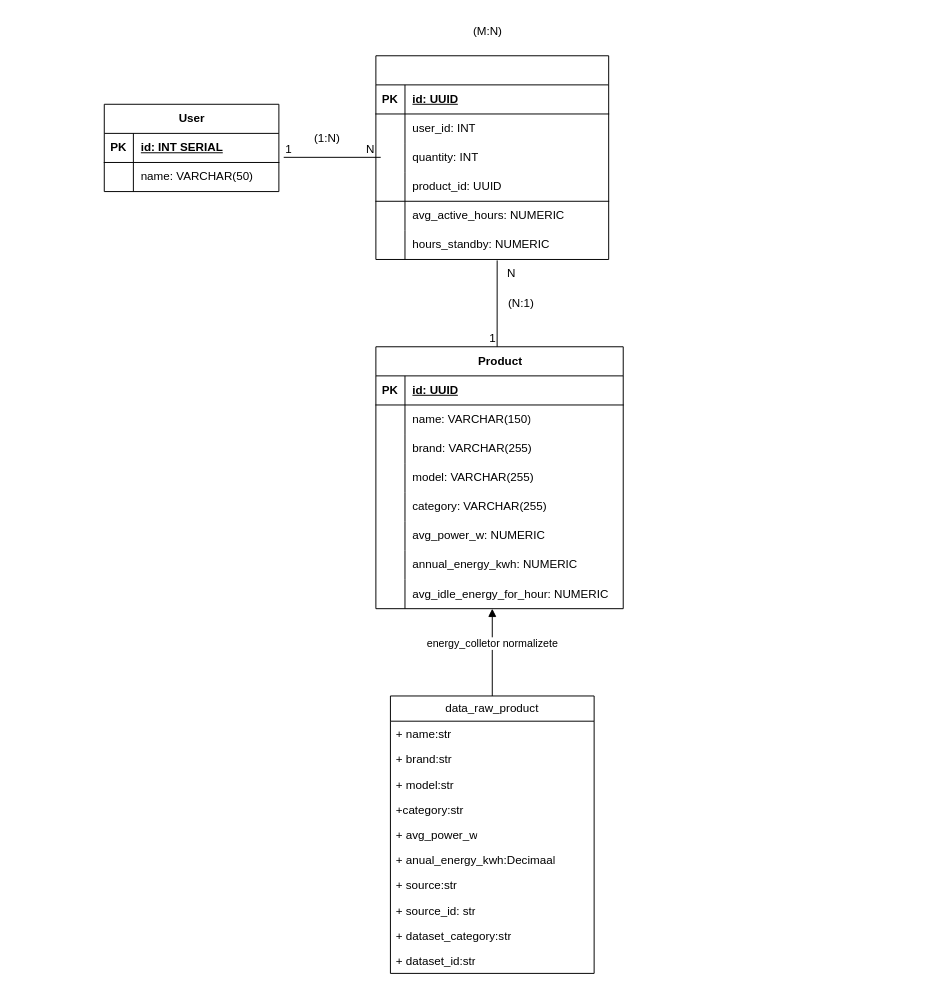
Above: page "Database" (1 of 2) of docs/arquiteture.drawio in QuittoGames/Ampares-InterCanneloMarques (draw.io), before the change. Source tidied: cells renumbered, new cells numbered last; positions are measured from the earlier drawing's top-left corner, leaving out a move shared by most shapes. Both pictures are drawn from the tidied source at 97%, with x=0, y=0 at pixel (104, 16).
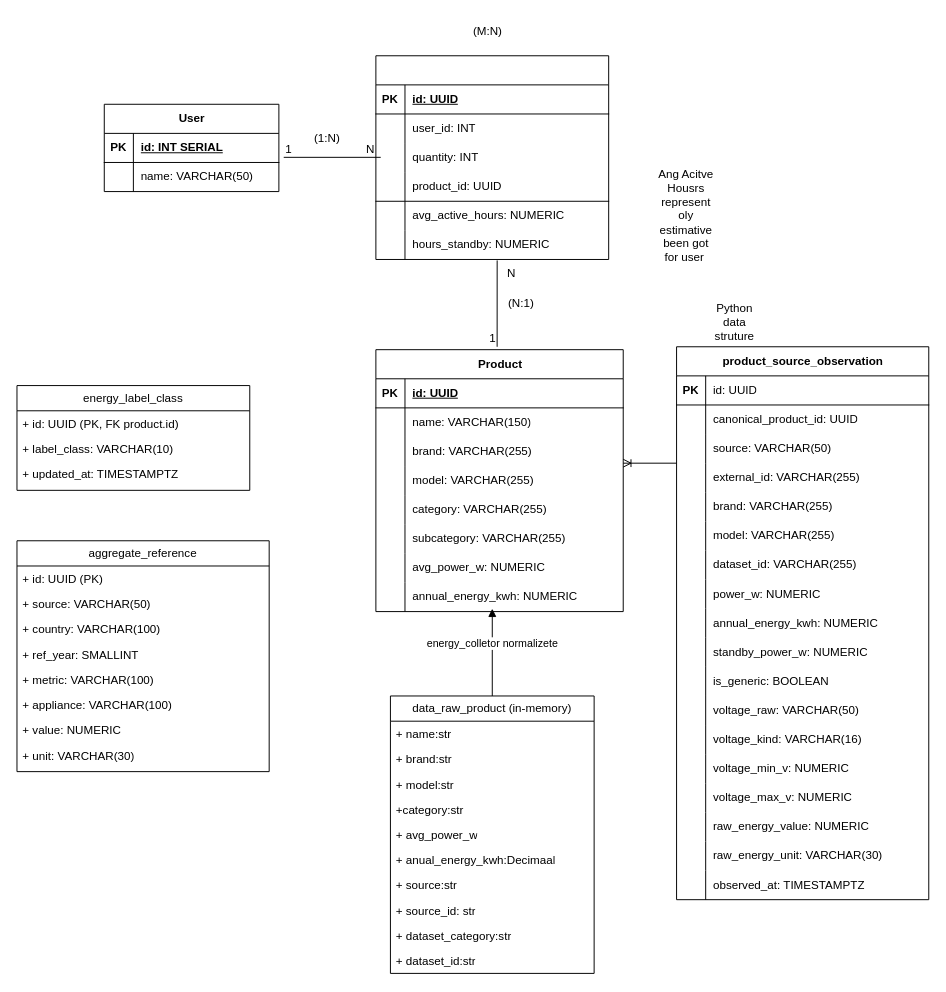
Above is the later version.

The edit, as a diff of the source:
```diff
@@
     <mxCell id="28" value="Product" style="shape=table;startSize=30;childLayout=tableLayout;rowLines=0;fontStyle=1;align=center;html=1;" parent="1" vertex="1">
-      <mxGeometry x="280" y="340" width="255" height="270" as="geometry" />
+      <mxGeometry x="280" y="343" width="255" height="270" as="geometry" />
     </mxCell>
@@
+    <mxCell id="74" style="shape=tableRow;horizontal=0;startSize=0;swimlaneHead=0;swimlaneBody=0;fillColor=none;top=0;left=0;right=0;bottom=0;" parent="28" vertex="1">
+      <mxGeometry y="180" width="255" height="30" as="geometry" />
+    </mxCell>
+    <mxCell id="75" style="shape=partialRectangle;fillColor=none;top=0;left=0;bottom=0;right=0;overflow=hidden;whiteSpace=wrap;html=1;" parent="74" vertex="1">
+      <mxGeometry width="30" height="30" as="geometry" />
+    </mxCell>
+    <mxCell id="76" value="subcategory: VARCHAR(255)" style="shape=partialRectangle;fillColor=none;top=0;left=0;bottom=0;right=0;align=left;spacingLeft=6;overflow=hidden;whiteSpace=wrap;html=1;" parent="74" vertex="1">
+      <mxGeometry x="30" width="225" height="30" as="geometry" />
+    </mxCell>
     <mxCell id="44" style="shape=tableRow;horizontal=0;startSize=0;swimlaneHead=0;swimlaneBody=0;fillColor=none;top=0;left=0;right=0;bottom=0;" parent="28" vertex="1">
-      <mxGeometry y="180" width="255" height="30" as="geometry" />
+      <mxGeometry y="210" width="255" height="30" as="geometry" />
     </mxCell>
@@
     <mxCell id="47" style="shape=tableRow;horizontal=0;startSize=0;swimlaneHead=0;swimlaneBody=0;fillColor=none;top=0;left=0;right=0;bottom=0;" parent="28" vertex="1">
-      <mxGeometry y="210" width="255" height="30" as="geometry" />
+      <mxGeometry y="240" width="255" height="30" as="geometry" />
     </mxCell>
@@
-    <mxCell id="50" style="shape=tableRow;horizontal=0;startSize=0;swimlaneHead=0;swimlaneBody=0;fillColor=none;top=0;left=0;right=0;bottom=0;" parent="28" vertex="1">
-      <mxGeometry y="240" width="255" height="30" as="geometry" />
-    </mxCell>
-    <mxCell id="51" style="shape=partialRectangle;fillColor=none;top=0;left=0;bottom=0;right=0;overflow=hidden;whiteSpace=wrap;html=1;" parent="50" vertex="1">
-      <mxGeometry width="30" height="30" as="geometry" />
-    </mxCell>
-    <mxCell id="52" value="avg_idle_energy_for_hour: NUMERIC" style="shape=partialRectangle;fillColor=none;top=0;left=0;bottom=0;right=0;align=left;spacingLeft=6;overflow=hidden;whiteSpace=wrap;html=1;" parent="50" vertex="1">
-      <mxGeometry x="30" width="225" height="30" as="geometry" />
-    </mxCell>
@@
-    <mxCell id="62" value="data_raw_product" style="swimlane;fontStyle=0;horizontal=1;startSize=26;fillColor=none;whiteSpace=wrap;html=1;" parent="1" vertex="1">
+    <mxCell id="62" value="data_raw_product (in-memory)" style="swimlane;fontStyle=0;horizontal=1;startSize=26;fillColor=none;whiteSpace=wrap;html=1;" parent="1" vertex="1">
       <mxGeometry x="295" y="700" width="210" height="286" as="geometry" />
     </mxCell>
@@
+    <mxCell id="77" value="Ang Acitve Housrs represent oly estimative been got for user&amp;nbsp;" style="text;html=1;whiteSpace=wrap;strokeColor=none;fillColor=none;align=center;verticalAlign=middle;rounded=0;" parent="1" vertex="1">
+      <mxGeometry x="570" y="190" width="60" height="30" as="geometry" />
+    </mxCell>
+    <mxCell id="78" value="product_source_observation" style="shape=table;startSize=30;childLayout=tableLayout;rowLines=0;fontStyle=1;align=center;html=1;" parent="1" vertex="1">
+      <mxGeometry x="590" y="340" width="260" height="570" as="geometry" />
+    </mxCell>
+    <mxCell id="79" style="shape=tableRow;horizontal=0;startSize=0;swimlaneHead=0;swimlaneBody=0;fillColor=none;top=0;left=0;right=0;bottom=1;" parent="78" vertex="1">
+      <mxGeometry y="30" width="260" height="30" as="geometry" />
+    </mxCell>
+    <mxCell id="80" value="PK" style="shape=partialRectangle;fillColor=none;top=0;left=0;bottom=0;right=0;fontStyle=1;overflow=hidden;whiteSpace=wrap;html=1;" parent="79" vertex="1">
+      <mxGeometry width="30" height="30" as="geometry" />
+    </mxCell>
+    <mxCell id="81" value="id: UUID" style="shape=partialRectangle;fillColor=none;top=0;left=0;bottom=0;right=0;align=left;spacingLeft=6;overflow=hidden;whiteSpace=wrap;html=1;" parent="79" vertex="1">
+      <mxGeometry x="30" width="230" height="30" as="geometry" />
+    </mxCell>
+    <mxCell id="82" style="shape=tableRow;horizontal=0;startSize=0;swimlaneHead=0;swimlaneBody=0;fillColor=none;top=0;left=0;right=0;bottom=0;" parent="78" vertex="1">
+      <mxGeometry y="60" width="260" height="30" as="geometry" />
+    </mxCell>
+    <mxCell id="83" style="shape=partialRectangle;fillColor=none;top=0;left=0;bottom=0;right=0;overflow=hidden;whiteSpace=wrap;html=1;" parent="82" vertex="1">
+      <mxGeometry width="30" height="30" as="geometry" />
+    </mxCell>
+    <mxCell id="84" value="canonical_product_id: UUID" style="shape=partialRectangle;fillColor=none;top=0;left=0;bottom=0;right=0;align=left;spacingLeft=6;overflow=hidden;whiteSpace=wrap;html=1;" parent="82" vertex="1">
+      <mxGeometry x="30" width="230" height="30" as="geometry" />
+    </mxCell>
+    <mxCell id="85" style="shape=tableRow;horizontal=0;startSize=0;swimlaneHead=0;swimlaneBody=0;fillColor=none;top=0;left=0;right=0;bottom=0;" parent="78" vertex="1">
+      <mxGeometry y="90" width="260" height="30" as="geometry" />
+    </mxCell>
+    <mxCell id="86" style="shape=partialRectangle;fillColor=none;top=0;left=0;bottom=0;right=0;overflow=hidden;whiteSpace=wrap;html=1;" parent="85" vertex="1">
+      <mxGeometry width="30" height="30" as="geometry" />
+    </mxCell>
+    <mxCell id="87" value="source: VARCHAR(50)" style="shape=partialRectangle;fillColor=none;top=0;left=0;bottom=0;right=0;align=left;spacingLeft=6;overflow=hidden;whiteSpace=wrap;html=1;" parent="85" vertex="1">
+      <mxGeometry x="30" width="230" height="30" as="geometry" />
+    </mxCell>
+    <mxCell id="88" style="shape=tableRow;horizontal=0;startSize=0;swimlaneHead=0;swimlaneBody=0;fillColor=none;top=0;left=0;right=0;bottom=0;" parent="78" vertex="1">
+      <mxGeometry y="120" width="260" height="30" as="geometry" />
+    </mxCell>
+    <mxCell id="89" style="shape=partialRectangle;fillColor=none;top=0;left=0;bottom=0;right=0;overflow=hidden;whiteSpace=wrap;html=1;" parent="88" vertex="1">
+      <mxGeometry width="30" height="30" as="geometry" />
+    </mxCell>
+    <mxCell id="90" value="external_id: VARCHAR(255)" style="shape=partialRectangle;fillColor=none;top=0;left=0;bottom=0;right=0;align=left;spacingLeft=6;overflow=hidden;whiteSpace=wrap;html=1;" parent="88" vertex="1">
+      <mxGeometry x="30" width="230" height="30" as="geometry" />
+    </mxCell>
+    <mxCell id="91" style="shape=tableRow;horizontal=0;startSize=0;swimlaneHead=0;swimlaneBody=0;fillColor=none;top=0;left=0;right=0;bottom=0;" parent="78" vertex="1">
+      <mxGeometry y="150" width="260" height="30" as="geometry" />
+    </mxCell>
+    <mxCell id="92" style="shape=partialRectangle;fillColor=none;top=0;left=0;bottom=0;right=0;overflow=hidden;whiteSpace=wrap;html=1;" parent="91" vertex="1">
+      <mxGeometry width="30" height="30" as="geometry" />
+    </mxCell>
+    <mxCell id="93" value="brand: VARCHAR(255)" style="shape=partialRectangle;fillColor=none;top=0;left=0;bottom=0;right=0;align=left;spacingLeft=6;overflow=hidden;whiteSpace=wrap;html=1;" parent="91" vertex="1">
+      <mxGeometry x="30" width="230" height="30" as="geometry" />
+    </mxCell>
+    <mxCell id="94" style="shape=tableRow;horizontal=0;startSize=0;swimlaneHead=0;swimlaneBody=0;fillColor=none;top=0;left=0;right=0;bottom=0;" parent="78" vertex="1">
+      <mxGeometry y="180" width="260" height="30" as="geometry" />
+    </mxCell>
+    <mxCell id="95" style="shape=partialRectangle;fillColor=none;top=0;left=0;bottom=0;right=0;overflow=hidden;whiteSpace=wrap;html=1;" parent="94" vertex="1">
+      <mxGeometry width="30" height="30" as="geometry" />
+    </mxCell>
+    <mxCell id="96" value="model: VARCHAR(255)" style="shape=partialRectangle;fillColor=none;top=0;left=0;bottom=0;right=0;align=left;spacingLeft=6;overflow=hidden;whiteSpace=wrap;html=1;" parent="94" vertex="1">
+      <mxGeometry x="30" width="230" height="30" as="geometry" />
+    </mxCell>
+    <mxCell id="97" style="shape=tableRow;horizontal=0;startSize=0;swimlaneHead=0;swimlaneBody=0;fillColor=none;top=0;left=0;right=0;bottom=0;" parent="78" vertex="1">
+      <mxGeometry y="210" width="260" height="30" as="geometry" />
+    </mxCell>
+    <mxCell id="98" style="shape=partialRectangle;fillColor=none;top=0;left=0;bottom=0;right=0;overflow=hidden;whiteSpace=wrap;html=1;" parent="97" vertex="1">
+      <mxGeometry width="30" height="30" as="geometry" />
+    </mxCell>
+    <mxCell id="99" value="dataset_id: VARCHAR(255)" style="shape=partialRectangle;fillColor=none;top=0;left=0;bottom=0;right=0;align=left;spacingLeft=6;overflow=hidden;whiteSpace=wrap;html=1;" parent="97" vertex="1">
+      <mxGeometry x="30" width="230" height="30" as="geometry" />
+    </mxCell>
+    <mxCell id="100" style="shape=tableRow;horizontal=0;startSize=0;swimlaneHead=0;swimlaneBody=0;fillColor=none;top=0;left=0;right=0;bottom=0;" parent="78" vertex="1">
+      <mxGeometry y="240" width="260" height="30" as="geometry" />
+    </mxCell>
+    <mxCell id="101" style="shape=partialRectangle;fillColor=none;top=0;left=0;bottom=0;right=0;overflow=hidden;whiteSpace=wrap;html=1;" parent="100" vertex="1">
+      <mxGeometry width="30" height="30" as="geometry" />
+    </mxCell>
+    <mxCell id="102" value="power_w: NUMERIC" style="shape=partialRectangle;fillColor=none;top=0;left=0;bottom=0;right=0;align=left;spacingLeft=6;overflow=hidden;whiteSpace=wrap;html=1;" parent="100" vertex="1">
+      <mxGeometry x="30" width="230" height="30" as="geometry" />
+    </mxCell>
+    <mxCell id="103" style="shape=tableRow;horizontal=0;startSize=0;swimlaneHead=0;swimlaneBody=0;fillColor=none;top=0;left=0;right=0;bottom=0;" parent="78" vertex="1">
+      <mxGeometry y="270" width="260" height="30" as="geometry" />
+    </mxCell>
+    <mxCell id="104" style="shape=partialRectangle;fillColor=none;top=0;left=0;bottom=0;right=0;overflow=hidden;whiteSpace=wrap;html=1;" parent="103" vertex="1">
+      <mxGeometry width="30" height="30" as="geometry" />
+    </mxCell>
+    <mxCell id="105" value="annual_energy_kwh: NUMERIC" style="shape=partialRectangle;fillColor=none;top=0;left=0;bottom=0;right=0;align=left;spacingLeft=6;overflow=hidden;whiteSpace=wrap;html=1;" parent="103" vertex="1">
+      <mxGeometry x="30" width="230" height="30" as="geometry" />
+    </mxCell>
+    <mxCell id="106" style="shape=tableRow;horizontal=0;startSize=0;swimlaneHead=0;swimlaneBody=0;fillColor=none;top=0;left=0;right=0;bottom=0;" parent="78" vertex="1">
+      <mxGeometry y="300" width="260" height="30" as="geometry" />
+    </mxCell>
+    <mxCell id="107" style="shape=partialRectangle;fillColor=none;top=0;left=0;bottom=0;right=0;overflow=hidden;whiteSpace=wrap;html=1;" parent="106" vertex="1">
+      <mxGeometry width="30" height="30" as="geometry" />
+    </mxCell>
+    <mxCell id="108" value="standby_power_w: NUMERIC" style="shape=partialRectangle;fillColor=none;top=0;left=0;bottom=0;right=0;align=left;spacingLeft=6;overflow=hidden;whiteSpace=wrap;html=1;" parent="106" vertex="1">
+      <mxGeometry x="30" width="230" height="30" as="geometry" />
+    </mxCell>
+    <mxCell id="109" style="shape=tableRow;horizontal=0;startSize=0;swimlaneHead=0;swimlaneBody=0;fillColor=none;top=0;left=0;right=0;bottom=0;" parent="78" vertex="1">
+      <mxGeometry y="330" width="260" height="30" as="geometry" />
+    </mxCell>
+    <mxCell id="110" style="shape=partialRectangle;fillColor=none;top=0;left=0;bottom=0;right=0;overflow=hidden;whiteSpace=wrap;html=1;" parent="109" vertex="1">
+      <mxGeometry width="30" height="30" as="geometry" />
+    </mxCell>
+    <mxCell id="111" value="is_generic: BOOLEAN" style="shape=partialRectangle;fillColor=none;top=0;left=0;bottom=0;right=0;align=left;spacingLeft=6;overflow=hidden;whiteSpace=wrap;html=1;" parent="109" vertex="1">
+      <mxGeometry x="30" width="230" height="30" as="geometry" />
+    </mxCell>
+    <mxCell id="112" style="shape=tableRow;horizontal=0;startSize=0;swimlaneHead=0;swimlaneBody=0;fillColor=none;top=0;left=0;right=0;bottom=0;" parent="78" vertex="1">
+      <mxGeometry y="360" width="260" height="30" as="geometry" />
+    </mxCell>
+    <mxCell id="113" style="shape=partialRectangle;fillColor=none;top=0;left=0;bottom=0;right=0;overflow=hidden;whiteSpace=wrap;html=1;" parent="112" vertex="1">
+      <mxGeometry width="30" height="30" as="geometry" />
+    </mxCell>
+    <mxCell id="114" value="voltage_raw: VARCHAR(50)" style="shape=partialRectangle;fillColor=none;top=0;left=0;bottom=0;right=0;align=left;spacingLeft=6;overflow=hidden;whiteSpace=wrap;html=1;" parent="112" vertex="1">
+      <mxGeometry x="30" width="230" height="30" as="geometry" />
+    </mxCell>
+    <mxCell id="115" style="shape=tableRow;horizontal=0;startSize=0;swimlaneHead=0;swimlaneBody=0;fillColor=none;top=0;left=0;right=0;bottom=0;" parent="78" vertex="1">
+      <mxGeometry y="390" width="260" height="30" as="geometry" />
+    </mxCell>
+    <mxCell id="116" style="shape=partialRectangle;fillColor=none;top=0;left=0;bottom=0;right=0;overflow=hidden;whiteSpace=wrap;html=1;" parent="115" vertex="1">
+      <mxGeometry width="30" height="30" as="geometry" />
+    </mxCell>
+    <mxCell id="117" value="voltage_kind: VARCHAR(16)" style="shape=partialRectangle;fillColor=none;top=0;left=0;bottom=0;right=0;align=left;spacingLeft=6;overflow=hidden;whiteSpace=wrap;html=1;" parent="115" vertex="1">
+      <mxGeometry x="30" width="230" height="30" as="geometry" />
+    </mxCell>
+    <mxCell id="118" style="shape=tableRow;horizontal=0;startSize=0;swimlaneHead=0;swimlaneBody=0;fillColor=none;top=0;left=0;right=0;bottom=0;" parent="78" vertex="1">
+      <mxGeometry y="420" width="260" height="30" as="geometry" />
+    </mxCell>
+    <mxCell id="119" style="shape=partialRectangle;fillColor=none;top=0;left=0;bottom=0;right=0;overflow=hidden;whiteSpace=wrap;html=1;" parent="118" vertex="1">
+      <mxGeometry width="30" height="30" as="geometry" />
+    </mxCell>
+    <mxCell id="120" value="voltage_min_v: NUMERIC" style="shape=partialRectangle;fillColor=none;top=0;left=0;bottom=0;right=0;align=left;spacingLeft=6;overflow=hidden;whiteSpace=wrap;html=1;" parent="118" vertex="1">
+      <mxGeometry x="30" width="230" height="30" as="geometry" />
+    </mxCell>
+    <mxCell id="121" style="shape=tableRow;horizontal=0;startSize=0;swimlaneHead=0;swimlaneBody=0;fillColor=none;top=0;left=0;right=0;bottom=0;" parent="78" vertex="1">
+      <mxGeometry y="450" width="260" height="30" as="geometry" />
+    </mxCell>
+    <mxCell id="122" style="shape=partialRectangle;fillColor=none;top=0;left=0;bottom=0;right=0;overflow=hidden;whiteSpace=wrap;html=1;" parent="121" vertex="1">
+      <mxGeometry width="30" height="30" as="geometry" />
+    </mxCell>
+    <mxCell id="123" value="voltage_max_v: NUMERIC" style="shape=partialRectangle;fillColor=none;top=0;left=0;bottom=0;right=0;align=left;spacingLeft=6;overflow=hidden;whiteSpace=wrap;html=1;" parent="121" vertex="1">
+      <mxGeometry x="30" width="230" height="30" as="geometry" />
+    </mxCell>
+    <mxCell id="124" style="shape=tableRow;horizontal=0;startSize=0;swimlaneHead=0;swimlaneBody=0;fillColor=none;top=0;left=0;right=0;bottom=0;" parent="78" vertex="1">
+      <mxGeometry y="480" width="260" height="30" as="geometry" />
+    </mxCell>
+    <mxCell id="125" style="shape=partialRectangle;fillColor=none;top=0;left=0;bottom=0;right=0;overflow=hidden;whiteSpace=wrap;html=1;" parent="124" vertex="1">
+      <mxGeometry width="30" height="30" as="geometry" />
+    </mxCell>
+    <mxCell id="126" value="raw_energy_value: NUMERIC" style="shape=partialRectangle;fillColor=none;top=0;left=0;bottom=0;right=0;align=left;spacingLeft=6;overflow=hidden;whiteSpace=wrap;html=1;" parent="124" vertex="1">
+      <mxGeometry x="30" width="230" height="30" as="geometry" />
+    </mxCell>
+    <mxCell id="127" style="shape=tableRow;horizontal=0;startSize=0;swimlaneHead=0;swimlaneBody=0;fillColor=none;top=0;left=0;right=0;bottom=0;" parent="78" vertex="1">
+      <mxGeometry y="510" width="260" height="30" as="geometry" />
+    </mxCell>
+    <mxCell id="128" style="shape=partialRectangle;fillColor=none;top=0;left=0;bottom=0;right=0;overflow=hidden;whiteSpace=wrap;html=1;" parent="127" vertex="1">
+      <mxGeometry width="30" height="30" as="geometry" />
+    </mxCell>
+    <mxCell id="129" value="raw_energy_unit: VARCHAR(30)" style="shape=partialRectangle;fillColor=none;top=0;left=0;bottom=0;right=0;align=left;spacingLeft=6;overflow=hidden;whiteSpace=wrap;html=1;" parent="127" vertex="1">
+      <mxGeometry x="30" width="230" height="30" as="geometry" />
+    </mxCell>
+    <mxCell id="130" style="shape=tableRow;horizontal=0;startSize=0;swimlaneHead=0;swimlaneBody=0;fillColor=none;top=0;left=0;right=0;bottom=0;" parent="78" vertex="1">
+      <mxGeometry y="540" width="260" height="30" as="geometry" />
+    </mxCell>
+    <mxCell id="131" style="shape=partialRectangle;fillColor=none;top=0;left=0;bottom=0;right=0;overflow=hidden;whiteSpace=wrap;html=1;" parent="130" vertex="1">
+      <mxGeometry width="30" height="30" as="geometry" />
+    </mxCell>
+    <mxCell id="132" value="observed_at: TIMESTAMPTZ" style="shape=partialRectangle;fillColor=none;top=0;left=0;bottom=0;right=0;align=left;spacingLeft=6;overflow=hidden;whiteSpace=wrap;html=1;" parent="130" vertex="1">
+      <mxGeometry x="30" width="230" height="30" as="geometry" />
+    </mxCell>
+    <mxCell id="133" value="energy_label_class" style="swimlane;fontStyle=0;horizontal=1;startSize=26;fillColor=none;whiteSpace=wrap;html=1;" parent="1" vertex="1">
+      <mxGeometry x="-90" y="380" width="240" height="108" as="geometry" />
+    </mxCell>
+    <mxCell id="134" value="+ id: UUID (PK, FK product.id)" style="text;strokeColor=none;fillColor=none;align=left;verticalAlign=top;spacingLeft=4;spacingRight=4;overflow=hidden;whiteSpace=wrap;html=1;" parent="133" vertex="1">
+      <mxGeometry y="26" width="240" height="26" as="geometry" />
+    </mxCell>
+    <mxCell id="135" value="+ label_class: VARCHAR(10)" style="text;strokeColor=none;fillColor=none;align=left;verticalAlign=top;spacingLeft=4;spacingRight=4;overflow=hidden;whiteSpace=wrap;html=1;" parent="133" vertex="1">
+      <mxGeometry y="52" width="240" height="26" as="geometry" />
+    </mxCell>
+    <mxCell id="136" value="+ updated_at: TIMESTAMPTZ" style="text;strokeColor=none;fillColor=none;align=left;verticalAlign=top;spacingLeft=4;spacingRight=4;overflow=hidden;whiteSpace=wrap;html=1;" parent="133" vertex="1">
+      <mxGeometry y="78" width="240" height="26" as="geometry" />
+    </mxCell>
+    <mxCell id="137" value="aggregate_reference" style="swimlane;fontStyle=0;horizontal=1;startSize=26;fillColor=none;whiteSpace=wrap;html=1;" parent="1" vertex="1">
+      <mxGeometry x="-90" y="540" width="260" height="238" as="geometry" />
+    </mxCell>
+    <mxCell id="138" value="+ id: UUID (PK)" style="text;strokeColor=none;fillColor=none;align=left;verticalAlign=top;spacingLeft=4;spacingRight=4;overflow=hidden;whiteSpace=wrap;html=1;" parent="137" vertex="1">
+      <mxGeometry y="26" width="260" height="26" as="geometry" />
+    </mxCell>
+    <mxCell id="139" value="+ source: VARCHAR(50)" style="text;strokeColor=none;fillColor=none;align=left;verticalAlign=top;spacingLeft=4;spacingRight=4;overflow=hidden;whiteSpace=wrap;html=1;" parent="137" vertex="1">
+      <mxGeometry y="52" width="260" height="26" as="geometry" />
+    </mxCell>
+    <mxCell id="140" value="+ country: VARCHAR(100)" style="text;strokeColor=none;fillColor=none;align=left;verticalAlign=top;spacingLeft=4;spacingRight=4;overflow=hidden;whiteSpace=wrap;html=1;" parent="137" vertex="1">
+      <mxGeometry y="78" width="260" height="26" as="geometry" />
+    </mxCell>
+    <mxCell id="141" value="+ ref_year: SMALLINT" style="text;strokeColor=none;fillColor=none;align=left;verticalAlign=top;spacingLeft=4;spacingRight=4;overflow=hidden;whiteSpace=wrap;html=1;" parent="137" vertex="1">
+      <mxGeometry y="104" width="260" height="26" as="geometry" />
+    </mxCell>
+    <mxCell id="142" value="+ metric: VARCHAR(100)" style="text;strokeColor=none;fillColor=none;align=left;verticalAlign=top;spacingLeft=4;spacingRight=4;overflow=hidden;whiteSpace=wrap;html=1;" parent="137" vertex="1">
+      <mxGeometry y="130" width="260" height="26" as="geometry" />
+    </mxCell>
+    <mxCell id="143" value="+ appliance: VARCHAR(100)" style="text;strokeColor=none;fillColor=none;align=left;verticalAlign=top;spacingLeft=4;spacingRight=4;overflow=hidden;whiteSpace=wrap;html=1;" parent="137" vertex="1">
+      <mxGeometry y="156" width="260" height="26" as="geometry" />
+    </mxCell>
+    <mxCell id="144" value="+ value: NUMERIC" style="text;strokeColor=none;fillColor=none;align=left;verticalAlign=top;spacingLeft=4;spacingRight=4;overflow=hidden;whiteSpace=wrap;html=1;" parent="137" vertex="1">
+      <mxGeometry y="182" width="260" height="26" as="geometry" />
+    </mxCell>
+    <mxCell id="145" value="+ unit: VARCHAR(30)" style="text;strokeColor=none;fillColor=none;align=left;verticalAlign=top;spacingLeft=4;spacingRight=4;overflow=hidden;whiteSpace=wrap;html=1;" parent="137" vertex="1">
+      <mxGeometry y="208" width="260" height="26" as="geometry" />
+    </mxCell>
+    <mxCell id="146" style="endArrow=ERoneToMany;html=1;rounded=0;" parent="1" edge="1">
+      <mxGeometry relative="1" as="geometry">
+        <mxPoint x="590" y="460" as="sourcePoint" />
+        <mxPoint x="535" y="460" as="targetPoint" />
+      </mxGeometry>
+    </mxCell>
+    <mxCell id="147" value="Python data struture" style="text;html=1;whiteSpace=wrap;strokeColor=none;fillColor=none;align=center;verticalAlign=middle;rounded=0;" parent="1" vertex="1">
+      <mxGeometry x="620" y="300" width="60" height="30" as="geometry" />
+    </mxCell>
```
